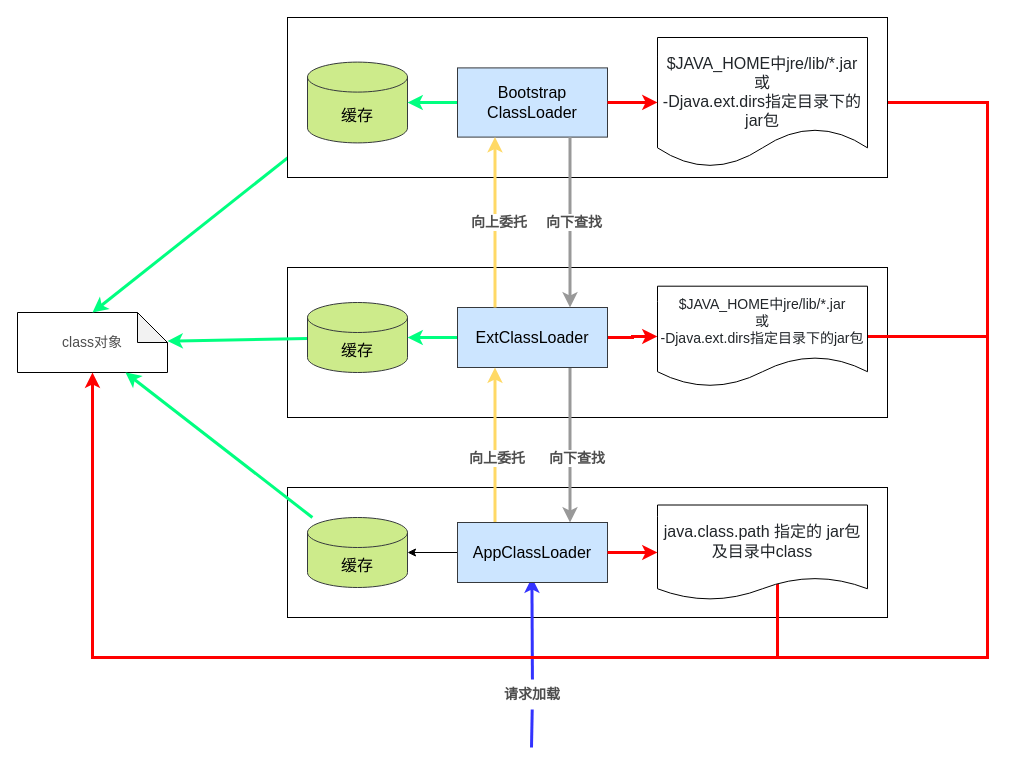
Earlier version of the draw.io diagram parent-classloader.drawio (allentofight/diagram). Source tidied: cells renumbered, new cells numbered last; positions are measured from the earlier drawing's top-left corner, leaving out a move shared by most shapes. Both pictures are drawn from the tidied source at 100%, with x=0, y=0 at pixel (17, 17).
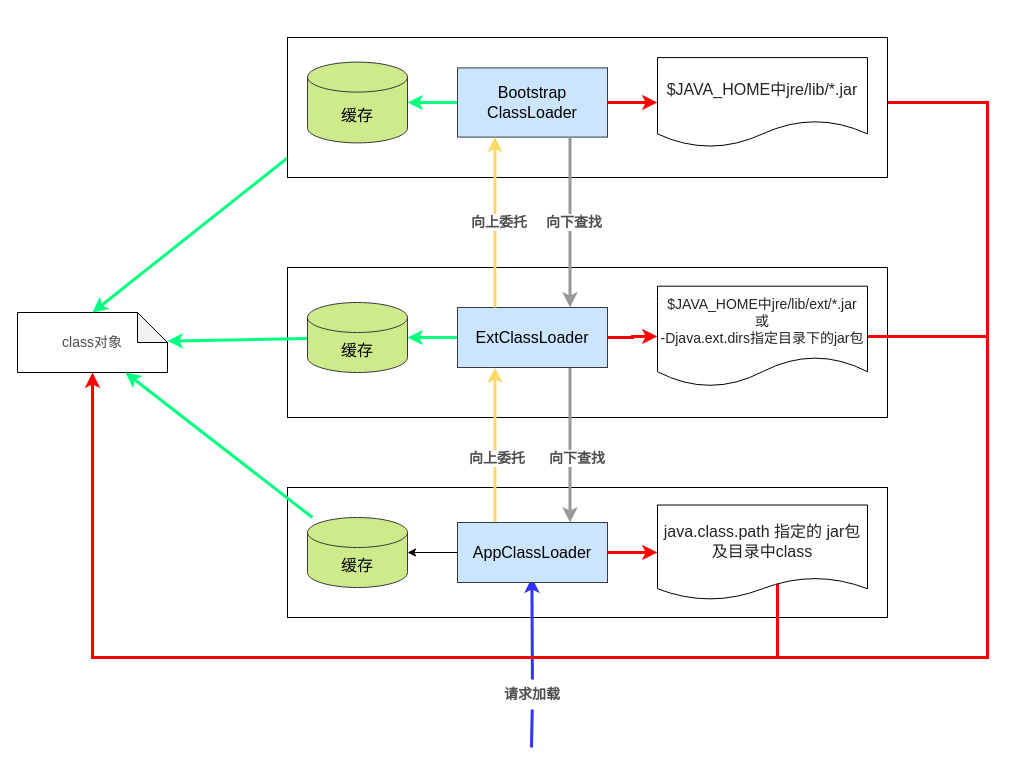
The same diagram, later.

Diff of the diagram source:
```diff
@@
-    <mxCell id="11" value="&lt;span style=&quot;color: rgb(33 , 37 , 41) ; background-color: rgb(255 , 255 , 255) ; font-size: 14px&quot;&gt;$JAVA_HOME中jre/lib/*.jar&lt;br&gt;或&lt;br&gt;-Djava.ext.dirs指定目录下的jar包&lt;/span&gt;" style="shape=document;whiteSpace=wrap;html=1;boundedLbl=1;glass=0;labelBackgroundColor=none;comic=0;sketch=0;fontSize=14;fontColor=#4D4D4D;" parent="1" vertex="1">
+    <mxCell id="11" value="&lt;span style=&quot;color: rgb(33 , 37 , 41) ; background-color: rgb(255 , 255 , 255) ; font-size: 14px&quot;&gt;$JAVA_HOME中jre/lib/ext/*.jar&lt;br&gt;或&lt;br&gt;-Djava.ext.dirs指定目录下的jar包&lt;/span&gt;" style="shape=document;whiteSpace=wrap;html=1;boundedLbl=1;glass=0;labelBackgroundColor=none;comic=0;sketch=0;fontSize=14;fontColor=#4D4D4D;" parent="1" vertex="1">
       <mxGeometry x="640" y="268.7" width="210" height="100.6" as="geometry" />
     </mxCell>
@@
     <mxCell id="22" style="rounded=0;whiteSpace=wrap;html=1;glass=0;labelBackgroundColor=none;comic=0;sketch=0;fontSize=16;fontColor=#4D4D4D;" parent="1" vertex="1">
-      <mxGeometry x="270" width="600" height="160" as="geometry" />
+      <mxGeometry x="270" y="20" width="600" height="140" as="geometry" />
     </mxCell>
@@
-    <mxCell id="26" value="&lt;span style=&quot;color: rgb(33 , 37 , 41) ; font-family: , , &amp;#34;segoe ui&amp;#34; , &amp;#34;roboto&amp;#34; , &amp;#34;helvetica neue&amp;#34; , &amp;#34;arial&amp;#34; , &amp;#34;noto sans&amp;#34; , &amp;#34;liberation sans&amp;#34; , sans-serif , &amp;#34;apple color emoji&amp;#34; , &amp;#34;segoe ui emoji&amp;#34; , &amp;#34;segoe ui symbol&amp;#34; , &amp;#34;noto color emoji&amp;#34; ; background-color: rgb(255 , 255 , 255)&quot;&gt;&lt;br&gt;$JAVA_HOME中jre/lib/*.jar&lt;br&gt;或&lt;br&gt;-Djava.ext.dirs指定目录下的jar包&lt;/span&gt;" style="shape=document;whiteSpace=wrap;html=1;boundedLbl=1;glass=0;labelBackgroundColor=none;comic=0;sketch=0;fontSize=16;fontColor=#4D4D4D;" parent="1" vertex="1">
-      <mxGeometry x="640" y="20" width="210" height="129.8" as="geometry" />
+    <mxCell id="26" value="&lt;span style=&quot;color: rgb(33 , 37 , 41) ; font-family: , , &amp;#34;segoe ui&amp;#34; , &amp;#34;roboto&amp;#34; , &amp;#34;helvetica neue&amp;#34; , &amp;#34;arial&amp;#34; , &amp;#34;noto sans&amp;#34; , &amp;#34;liberation sans&amp;#34; , sans-serif , &amp;#34;apple color emoji&amp;#34; , &amp;#34;segoe ui emoji&amp;#34; , &amp;#34;segoe ui symbol&amp;#34; , &amp;#34;noto color emoji&amp;#34; ; background-color: rgb(255 , 255 , 255)&quot;&gt;&lt;br&gt;$JAVA_HOME中jre/lib/*.jar&lt;br&gt;&lt;br&gt;&lt;/span&gt;" style="shape=document;whiteSpace=wrap;html=1;boundedLbl=1;glass=0;labelBackgroundColor=none;comic=0;sketch=0;fontSize=16;fontColor=#4D4D4D;" parent="1" vertex="1">
+      <mxGeometry x="640" y="40.1" width="210" height="89.8" as="geometry" />
     </mxCell>
```
